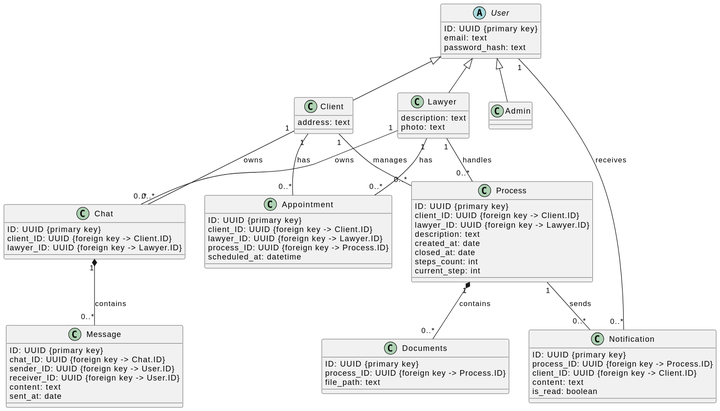
leticia-003/Consilium keeps this PlantUML diagram as documentation/DB_UML.svg. Above is the earlier version.
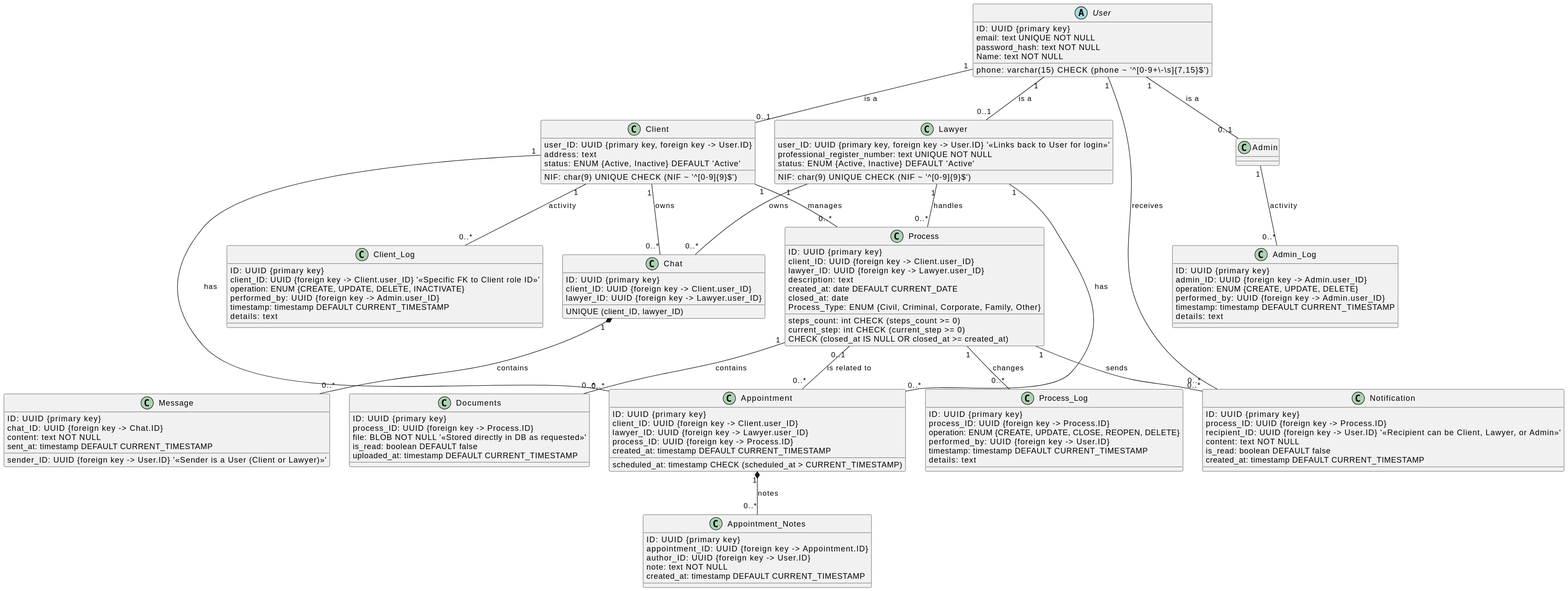
The same file after the commit.

Commit message:
changed DB_UML code and image

What changed in the source:
```diff
@@ -1,81 +1,132 @@
 @startuml
+skinparam classAttributeIconSize 0
+
 
 abstract class User {
     ID: UUID {primary key}
-    email: text
-    password_hash: text
+    email: text UNIQUE NOT NULL
+    password_hash: text NOT NULL
+    Name: text NOT NULL
+    phone: varchar(15) CHECK (phone ~ '^[0-9+\\-\\s]{7,15}$')
 }
 
-User <|-- Client
-User <|-- Lawyer
-User <|-- Admin
 
 class Client {
+    user_ID: UUID {primary key, foreign key -> User.ID}
+    NIF: char(9) UNIQUE CHECK (NIF ~ '^[0-9]{9}$')
     address: text
+    status: ENUM {Active, Inactive} DEFAULT 'Active'
 }
 
 class Lawyer {
-    description: text
-    photo: text
+    user_ID: UUID {primary key, foreign key -> User.ID} '<<Links back to User for login>>'
+    NIF: char(9) UNIQUE CHECK (NIF ~ '^[0-9]{9}$')
+    professional_register_number: text UNIQUE NOT NULL
+    status: ENUM {Active, Inactive} DEFAULT 'Active'
 }
 
 class Admin {
 }
 
-
 class Process {
     ID: UUID {primary key}
-    client_ID: UUID {foreign key -> Client.ID}
-    lawyer_ID: UUID {foreign key -> Lawyer.ID}
+    client_ID: UUID {foreign key -> Client.user_ID}
+    lawyer_ID: UUID {foreign key -> Lawyer.user_ID}
     description: text
-    created_at: date
+    created_at: date DEFAULT CURRENT_DATE
     closed_at: date
-    steps_count: int
-    current_step: int
+    steps_count: int CHECK (steps_count >= 0)
+    current_step: int CHECK (current_step >= 0)
+    Process_Type: ENUM {Civil, Criminal, Corporate, Family, Other}
+    CHECK (closed_at IS NULL OR closed_at >= created_at)
 }
 
 class Documents {
     ID: UUID {primary key}
     process_ID: UUID {foreign key -> Process.ID}
-    file_path: text
+    file: BLOB NOT NULL '<<Stored directly in DB as requested>>'
+    is_read: boolean DEFAULT false
+    uploaded_at: timestamp DEFAULT CURRENT_TIMESTAMP
 }
 
 class Notification {
     ID: UUID {primary key}
     process_ID: UUID {foreign key -> Process.ID}
-    client_ID: UUID {foreign key -> Client.ID}
-    content: text
-    is_read: boolean
+    recipient_ID: UUID {foreign key -> User.ID} '<<Recipient can be Client, Lawyer, or Admin>>'
+    content: text NOT NULL
+    is_read: boolean DEFAULT false
+    created_at: timestamp DEFAULT CURRENT_TIMESTAMP
 }
 
 class Chat {
     ID: UUID {primary key}
-    client_ID: UUID {foreign key -> Client.ID}
-    lawyer_ID: UUID {foreign key -> Lawyer.ID}
+    client_ID: UUID {foreign key -> Client.user_ID}
+    lawyer_ID: UUID {foreign key -> Lawyer.user_ID}
+    UNIQUE (client_ID, lawyer_ID)
 }
 
 class Message {
     ID: UUID {primary key}
     chat_ID: UUID {foreign key -> Chat.ID}
-    sender_ID: UUID {foreign key -> User.ID}
-    receiver_ID: UUID {foreign key -> User.ID}
-    content: text
-    sent_at: date
+    sender_ID: UUID {foreign key -> User.ID} '<<Sender is a User (Client or Lawyer)>>'
+    content: text NOT NULL
+    sent_at: timestamp DEFAULT CURRENT_TIMESTAMP
 }
 
 class Appointment {
     ID: UUID {primary key}
-    client_ID: UUID {foreign key -> Client.ID}
-    lawyer_ID: UUID {foreign key -> Lawyer.ID}
+    client_ID: UUID {foreign key -> Client.user_ID}
+    lawyer_ID: UUID {foreign key -> Lawyer.user_ID}
     process_ID: UUID {foreign key -> Process.ID}
-    scheduled_at: datetime
+    scheduled_at: timestamp CHECK (scheduled_at > CURRENT_TIMESTAMP)
+    created_at: timestamp DEFAULT CURRENT_TIMESTAMP
 }
 
+class Appointment_Notes {
+    ID: UUID {primary key}
+    appointment_ID: UUID {foreign key -> Appointment.ID}
+    author_ID: UUID {foreign key -> User.ID}
+    note: text NOT NULL
+    created_at: timestamp DEFAULT CURRENT_TIMESTAMP
+}
+
+
+class Client_Log {
+    ID: UUID {primary key}
+    client_ID: UUID {foreign key -> Client.user_ID} '<<Specific FK to Client role ID>>'
+    operation: ENUM {CREATE, UPDATE, DELETE, INACTIVATE}
+    performed_by: UUID {foreign key -> Admin.user_ID}
+    timestamp: timestamp DEFAULT CURRENT_TIMESTAMP
+    details: text
+}
+
+class Admin_Log {
+    ID: UUID {primary key}
+    admin_ID: UUID {foreign key -> Admin.user_ID}
+    operation: ENUM {CREATE, UPDATE, DELETE}
+    performed_by: UUID {foreign key -> Admin.user_ID}
+    timestamp: timestamp DEFAULT CURRENT_TIMESTAMP
+    details: text
+}
+
+class Process_Log {
+    ID: UUID {primary key}
+    process_ID: UUID {foreign key -> Process.ID}
+    operation: ENUM {CREATE, UPDATE, CLOSE, REOPEN, DELETE}
+    performed_by: UUID {foreign key -> User.ID}
+    timestamp: timestamp DEFAULT CURRENT_TIMESTAMP
+    details: text
+}
+
+
+User "1" -- "0..1" Client : is a
+User "1" -- "0..1" Lawyer : is a
+User "1" -- "0..1" Admin : is a
 
 User "1" -- "0..*" Notification : receives
 Process "1" -- "0..*" Notification : sends
 
-Process "1" *-- "0..*" Documents : contains
+Process "1" -- "0..*" Documents : contains
 
 Client "1" -- "0..*" Process : manages
 Lawyer "1" -- "0..*" Process : handles
@@ -87,4 +138,10 @@
 
 Client "1" -- "0..*" Appointment : has
 Lawyer "1" -- "0..*" Appointment : has
+Process "0..1" -- "0..*" Appointment : is related to
+Appointment "1" *-- "0..*" Appointment_Notes : notes
+
+Client "1" -- "0..*" Client_Log : activity
+Admin "1" -- "0..*" Admin_Log : activity
+Process "1" -- "0..*" Process_Log : changes
 @enduml
```
